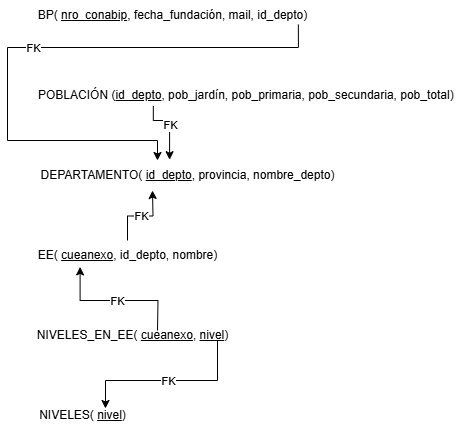
The draw.io diagram MODELO_REL_FINAL.png in alessialima/TP-LABO-DE-DATOS-, before a commit. Source tidied: cells renumbered, new cells last; positions are measured from the earlier drawing's top-left corner, leaving out a move shared by most shapes. The source it was exported from:
```xml
<mxGraphModel background="#ffffff">
  <root>
    <mxCell id="0" />
    <mxCell id="1" parent="0" />
    <mxCell id="2" value="DEPARTAMENTO( &lt;u&gt;id_depto&lt;/u&gt;, provincia, nombre_depto)" style="text;html=1;align=center;verticalAlign=middle;points=[];strokeColor=none;fillColor=none;" parent="1" vertex="1">
      <mxGeometry x="20" y="160" width="320" height="30" as="geometry" />
    </mxCell>
    <mxCell id="3" value="POBLACIÓN (&lt;u&gt;id_depto&lt;/u&gt;, pob_jardín, pob_primaria, pob_secundaria, pob_total)&amp;nbsp;" style="text;html=1;align=center;verticalAlign=middle;points=[];strokeColor=none;fillColor=none;" parent="1" vertex="1">
      <mxGeometry x="20" y="80" width="440" height="30" as="geometry" />
    </mxCell>
    <mxCell id="4" value="BP( &lt;u&gt;nro_conabip&lt;/u&gt;, fecha_fundación, mail, id_depto)" style="text;html=1;align=center;verticalAlign=middle;points=[];strokeColor=none;fillColor=none;labelBackgroundColor=default;" parent="1" vertex="1">
      <mxGeometry x="20" width="290" height="30" as="geometry" />
    </mxCell>
    <mxCell id="5" value="EE( &lt;u&gt;cueanexo&lt;/u&gt;, id_depto, nombre&lt;span style=&quot;background-color: light-dark(#ffffff, var(--ge-dark-color, #121212)); color: light-dark(rgb(0, 0, 0), rgb(255, 255, 255));&quot;&gt;)&lt;/span&gt;" style="text;html=1;align=center;verticalAlign=middle;points=[];strokeColor=none;fillColor=none;labelBackgroundColor=default;" parent="1" vertex="1">
      <mxGeometry x="20" y="240" width="200" height="30" as="geometry" />
    </mxCell>
    <mxCell id="6" value="NIVELES(&amp;nbsp;&lt;u&gt;nivel&lt;/u&gt;)" style="text;html=1;align=center;verticalAlign=middle;points=[];strokeColor=none;fillColor=none;labelBackgroundColor=default;" parent="1" vertex="1">
      <mxGeometry x="20" y="400" width="110" height="30" as="geometry" />
    </mxCell>
    <mxCell id="7" style="endArrow=classic;html=1;rounded=0;exitX=0.934;exitY=0.8;exitDx=0;exitDy=0;exitPerimeter=0;edgeStyle=orthogonalEdgeStyle;" parent="1" edge="1" source="4" target="2">
      <mxGeometry relative="1" as="geometry">
        <Array as="points">
          <mxPoint x="291" y="47" />
          <mxPoint y="47" />
          <mxPoint y="140" />
          <mxPoint x="150" y="140" />
        </Array>
      </mxGeometry>
    </mxCell>
    <mxCell id="8" value="FK" style="edgeLabel;html=1;align=center;verticalAlign=middle;" parent="7" vertex="1">
      <mxGeometry relative="1" as="geometry" />
    </mxCell>
    <mxCell id="9" style="endArrow=classic;html=1;rounded=0;entryX=0.444;entryY=-0.027;entryDx=0;entryDy=0;entryPerimeter=0;exitX=0.286;exitY=0.853;exitDx=0;exitDy=0;exitPerimeter=0;edgeStyle=orthogonalEdgeStyle;" parent="1" edge="1" source="3" target="2">
      <mxGeometry relative="1" as="geometry">
        <Array as="points">
          <mxPoint x="146" y="120" />
          <mxPoint x="162" y="120" />
        </Array>
      </mxGeometry>
    </mxCell>
    <mxCell id="10" value="FK" style="edgeLabel;html=1;align=center;verticalAlign=middle;" parent="9" vertex="1">
      <mxGeometry relative="1" as="geometry" />
    </mxCell>
    <mxCell id="11" style="endArrow=classic;html=1;rounded=0;edgeStyle=orthogonalEdgeStyle;" parent="1" edge="1" source="5">
      <mxGeometry relative="1" as="geometry">
        <mxPoint x="145" y="190" as="targetPoint" />
      </mxGeometry>
    </mxCell>
    <mxCell id="12" value="FK" style="edgeLabel;html=1;align=center;verticalAlign=middle;" parent="11" vertex="1">
      <mxGeometry relative="1" as="geometry" />
    </mxCell>
    <mxCell id="13" value="NIVELES_EN_EE( &lt;u&gt;cueanexo&lt;/u&gt;, &lt;u&gt;nivel&lt;/u&gt;)" style="text;html=1;align=center;verticalAlign=middle;strokeColor=none;fillColor=none;" parent="1" vertex="1">
      <mxGeometry x="20" y="320" width="210" height="30" as="geometry" />
    </mxCell>
    <mxCell id="14" style="endArrow=classic;html=1;rounded=0;edgeStyle=orthogonalEdgeStyle;entryX=0.709;entryY=0.267;entryDx=0;entryDy=0;entryPerimeter=0;" parent="1" edge="1" target="6">
      <mxGeometry relative="1" as="geometry">
        <mxPoint x="210" y="340" as="sourcePoint" />
        <Array as="points">
          <mxPoint x="210" y="380" />
          <mxPoint x="98" y="380" />
        </Array>
      </mxGeometry>
    </mxCell>
    <mxCell id="15" value="FK" style="edgeLabel;html=1;align=center;verticalAlign=middle;" parent="14" vertex="1">
      <mxGeometry relative="1" as="geometry" />
    </mxCell>
    <mxCell id="16" style="endArrow=classic;html=1;rounded=0;edgeStyle=orthogonalEdgeStyle;entryX=0.263;entryY=0.88;entryDx=0;entryDy=0;entryPerimeter=0;" parent="1" edge="1" target="5">
      <mxGeometry relative="1" as="geometry">
        <mxPoint x="150" y="330" as="sourcePoint" />
      </mxGeometry>
    </mxCell>
    <mxCell id="17" value="FK" style="edgeLabel;html=1;align=center;verticalAlign=middle;" parent="16" vertex="1">
      <mxGeometry relative="1" as="geometry" />
    </mxCell>
  </root>
</mxGraphModel>
```
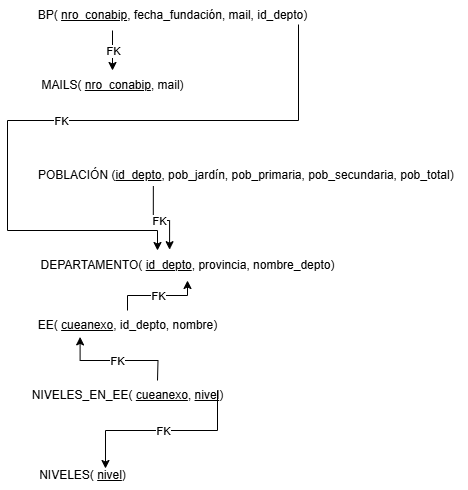
Above is the later version.

Diff of the diagram source:
```diff
@@ -3,27 +3,28 @@
     <mxCell id="0" />
     <mxCell id="1" parent="0" />
     <mxCell id="2" value="DEPARTAMENTO( &lt;u&gt;id_depto&lt;/u&gt;, provincia, nombre_depto)" style="text;html=1;align=center;verticalAlign=middle;points=[];strokeColor=none;fillColor=none;" parent="1" vertex="1">
-      <mxGeometry x="20" y="160" width="320" height="30" as="geometry" />
+      <mxGeometry x="20" y="200" width="320" height="30" as="geometry" />
     </mxCell>
     <mxCell id="3" value="POBLACIÓN (&lt;u&gt;id_depto&lt;/u&gt;, pob_jardín, pob_primaria, pob_secundaria, pob_total)&amp;nbsp;" style="text;html=1;align=center;verticalAlign=middle;points=[];strokeColor=none;fillColor=none;" parent="1" vertex="1">
-      <mxGeometry x="20" y="80" width="440" height="30" as="geometry" />
+      <mxGeometry x="20" y="110" width="440" height="30" as="geometry" />
     </mxCell>
     <mxCell id="4" value="BP( &lt;u&gt;nro_conabip&lt;/u&gt;, fecha_fundación, mail, id_depto)" style="text;html=1;align=center;verticalAlign=middle;points=[];strokeColor=none;fillColor=none;labelBackgroundColor=default;" parent="1" vertex="1">
-      <mxGeometry x="20" width="290" height="30" as="geometry" />
+      <mxGeometry x="20" y="-50" width="290" height="30" as="geometry" />
     </mxCell>
     <mxCell id="5" value="EE( &lt;u&gt;cueanexo&lt;/u&gt;, id_depto, nombre&lt;span style=&quot;background-color: light-dark(#ffffff, var(--ge-dark-color, #121212)); color: light-dark(rgb(0, 0, 0), rgb(255, 255, 255));&quot;&gt;)&lt;/span&gt;" style="text;html=1;align=center;verticalAlign=middle;points=[];strokeColor=none;fillColor=none;labelBackgroundColor=default;" parent="1" vertex="1">
-      <mxGeometry x="20" y="240" width="200" height="30" as="geometry" />
+      <mxGeometry x="20" y="260" width="200" height="30" as="geometry" />
     </mxCell>
     <mxCell id="6" value="NIVELES(&amp;nbsp;&lt;u&gt;nivel&lt;/u&gt;)" style="text;html=1;align=center;verticalAlign=middle;points=[];strokeColor=none;fillColor=none;labelBackgroundColor=default;" parent="1" vertex="1">
-      <mxGeometry x="20" y="400" width="110" height="30" as="geometry" />
+      <mxGeometry x="20" y="410" width="110" height="30" as="geometry" />
     </mxCell>
-    <mxCell id="7" style="endArrow=classic;html=1;rounded=0;exitX=0.934;exitY=0.8;exitDx=0;exitDy=0;exitPerimeter=0;edgeStyle=orthogonalEdgeStyle;" parent="1" edge="1" source="4" target="2">
+    <mxCell id="7" style="endArrow=classic;html=1;rounded=0;edgeStyle=orthogonalEdgeStyle;" parent="1" edge="1" target="2">
       <mxGeometry relative="1" as="geometry">
+        <mxPoint x="291" y="-26" as="sourcePoint" />
         <Array as="points">
-          <mxPoint x="291" y="47" />
-          <mxPoint y="47" />
-          <mxPoint y="140" />
-          <mxPoint x="150" y="140" />
+          <mxPoint x="291" y="70" />
+          <mxPoint y="70" />
+          <mxPoint y="180" />
+          <mxPoint x="150" y="180" />
         </Array>
       </mxGeometry>
     </mxCell>
@@ -33,24 +34,22 @@
     <mxCell id="9" style="endArrow=classic;html=1;rounded=0;entryX=0.444;entryY=-0.027;entryDx=0;entryDy=0;entryPerimeter=0;exitX=0.286;exitY=0.853;exitDx=0;exitDy=0;exitPerimeter=0;edgeStyle=orthogonalEdgeStyle;" parent="1" edge="1" source="3" target="2">
       <mxGeometry relative="1" as="geometry">
         <Array as="points">
-          <mxPoint x="146" y="120" />
-          <mxPoint x="162" y="120" />
+          <mxPoint x="146" y="170" />
+          <mxPoint x="162" y="170" />
         </Array>
       </mxGeometry>
     </mxCell>
     <mxCell id="10" value="FK" style="edgeLabel;html=1;align=center;verticalAlign=middle;" parent="9" vertex="1">
       <mxGeometry relative="1" as="geometry" />
     </mxCell>
-    <mxCell id="11" style="endArrow=classic;html=1;rounded=0;edgeStyle=orthogonalEdgeStyle;" parent="1" edge="1" source="5">
-      <mxGeometry relative="1" as="geometry">
-        <mxPoint x="145" y="190" as="targetPoint" />
-      </mxGeometry>
+    <mxCell id="11" style="endArrow=classic;html=1;rounded=0;edgeStyle=orthogonalEdgeStyle;" parent="1" edge="1" source="5" target="2">
+      <mxGeometry relative="1" as="geometry" />
     </mxCell>
     <mxCell id="12" value="FK" style="edgeLabel;html=1;align=center;verticalAlign=middle;" parent="11" vertex="1">
       <mxGeometry relative="1" as="geometry" />
     </mxCell>
     <mxCell id="13" value="NIVELES_EN_EE( &lt;u&gt;cueanexo&lt;/u&gt;, &lt;u&gt;nivel&lt;/u&gt;)" style="text;html=1;align=center;verticalAlign=middle;strokeColor=none;fillColor=none;" parent="1" vertex="1">
-      <mxGeometry x="20" y="320" width="210" height="30" as="geometry" />
+      <mxGeometry x="15" y="330" width="210" height="30" as="geometry" />
     </mxCell>
     <mxCell id="14" style="endArrow=classic;html=1;rounded=0;edgeStyle=orthogonalEdgeStyle;entryX=0.709;entryY=0.267;entryDx=0;entryDy=0;entryPerimeter=0;" parent="1" edge="1" target="6">
       <mxGeometry relative="1" as="geometry">
@@ -72,5 +71,19 @@
     <mxCell id="17" value="FK" style="edgeLabel;html=1;align=center;verticalAlign=middle;" parent="16" vertex="1">
       <mxGeometry relative="1" as="geometry" />
     </mxCell>
+    <mxCell id="18" value="MAILS( &lt;u&gt;nro_conabip&lt;/u&gt;, mail)" style="text;html=1;align=center;verticalAlign=middle;points=[];strokeColor=none;fillColor=none;labelBackgroundColor=default;" parent="1" vertex="1">
+      <mxGeometry x="20" y="20" width="170" height="30" as="geometry" />
+    </mxCell>
+    <mxCell id="19" style="endArrow=classic;html=1;rounded=0;edgeStyle=orthogonalEdgeStyle;" parent="1" edge="1" source="4" target="18">
+      <mxGeometry relative="1" as="geometry">
+        <Array as="points">
+          <mxPoint x="105" />
+          <mxPoint x="105" />
+        </Array>
+      </mxGeometry>
+    </mxCell>
+    <mxCell id="20" value="FK" style="edgeLabel;html=1;align=center;verticalAlign=middle;" parent="19" vertex="1">
+      <mxGeometry relative="1" as="geometry" />
+    </mxCell>
   </root>
 </mxGraphModel>
```
